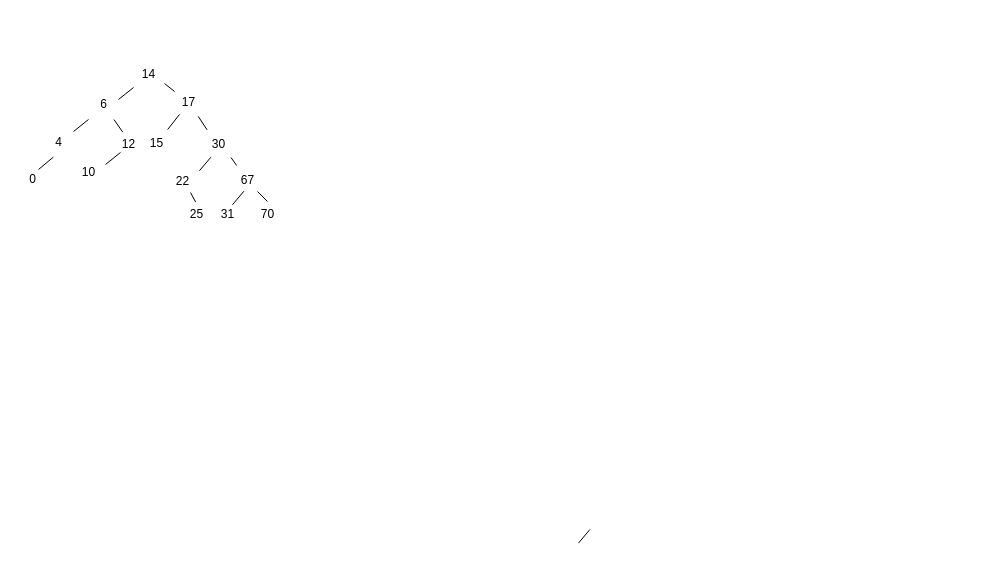
The draw.io diagram arvoresPython.drawio in Lucaszxx/Chic-ria-Chique-Store, before the edit. Source tidied: cells renumbered, new cells numbered last; positions are measured from the earlier drawing's top-left corner, leaving out a move shared by most shapes. Both pictures are drawn from the tidied source at 100%, with x=0, y=0 at pixel (17, 59).
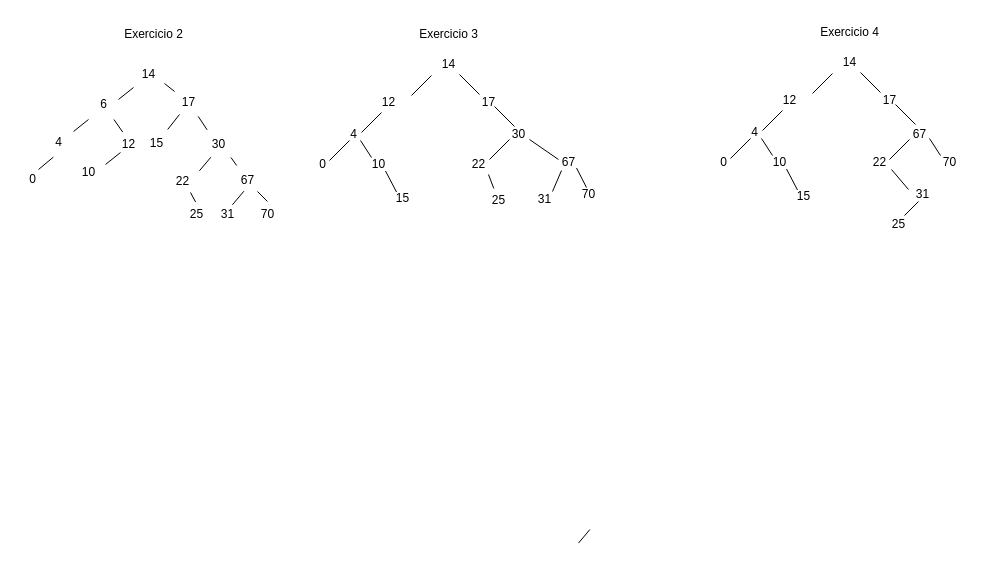
The same page after the edit.

What changed in the source:
```diff
@@
+    <mxCell id="30" value="Exercicio 2" style="text;html=1;align=center;verticalAlign=middle;strokeColor=none;fillColor=none;" parent="1" vertex="1">
+      <mxGeometry x="96" y="-40" width="80" height="30" as="geometry" />
+    </mxCell>
+    <mxCell id="31" value="Exercicio 3" style="text;html=1;align=center;verticalAlign=middle;strokeColor=none;fillColor=none;" parent="1" vertex="1">
+      <mxGeometry x="391" y="-40" width="80" height="30" as="geometry" />
+    </mxCell>
+    <mxCell id="32" value="14" style="text;html=1;align=center;verticalAlign=middle;strokeColor=none;fillColor=none;" parent="1" vertex="1">
+      <mxGeometry x="411" y="-10" width="40" height="30" as="geometry" />
+    </mxCell>
+    <mxCell id="33" value="12" style="text;html=1;align=center;verticalAlign=middle;strokeColor=none;fillColor=none;" parent="1" vertex="1">
+      <mxGeometry x="351" y="28" width="40" height="30" as="geometry" />
+    </mxCell>
+    <mxCell id="34" value="17" style="text;html=1;align=center;verticalAlign=middle;strokeColor=none;fillColor=none;" parent="1" vertex="1">
+      <mxGeometry x="451" y="28" width="40" height="30" as="geometry" />
+    </mxCell>
+    <mxCell id="35" value="30" style="text;html=1;align=center;verticalAlign=middle;strokeColor=none;fillColor=none;" parent="1" vertex="1">
+      <mxGeometry x="481" y="60" width="40" height="30" as="geometry" />
+    </mxCell>
+    <mxCell id="36" value="67" style="text;html=1;align=center;verticalAlign=middle;strokeColor=none;fillColor=none;" parent="1" vertex="1">
+      <mxGeometry x="531" y="88" width="40" height="30" as="geometry" />
+    </mxCell>
+    <mxCell id="37" value="4" style="text;html=1;align=center;verticalAlign=middle;strokeColor=none;fillColor=none;" parent="1" vertex="1">
+      <mxGeometry x="321" y="60" width="30" height="30" as="geometry" />
+    </mxCell>
+    <mxCell id="38" value="22" style="text;html=1;align=center;verticalAlign=middle;strokeColor=none;fillColor=none;" parent="1" vertex="1">
+      <mxGeometry x="441" y="90" width="40" height="30" as="geometry" />
+    </mxCell>
+    <mxCell id="39" value="31" style="text;html=1;align=center;verticalAlign=middle;strokeColor=none;fillColor=none;" parent="1" vertex="1">
+      <mxGeometry x="507" y="125" width="40" height="30" as="geometry" />
+    </mxCell>
+    <mxCell id="40" value="70" style="text;html=1;align=center;verticalAlign=middle;strokeColor=none;fillColor=none;" parent="1" vertex="1">
+      <mxGeometry x="551" y="120" width="40" height="30" as="geometry" />
+    </mxCell>
+    <mxCell id="41" value="25" style="text;html=1;align=center;verticalAlign=middle;strokeColor=none;fillColor=none;" parent="1" vertex="1">
+      <mxGeometry x="461" y="126" width="40" height="30" as="geometry" />
+    </mxCell>
+    <mxCell id="42" value="10" style="text;html=1;align=center;verticalAlign=middle;strokeColor=none;fillColor=none;" parent="1" vertex="1">
+      <mxGeometry x="341" y="90" width="40" height="30" as="geometry" />
+    </mxCell>
+    <mxCell id="43" value="15" style="text;html=1;align=center;verticalAlign=middle;strokeColor=none;fillColor=none;" parent="1" vertex="1">
+      <mxGeometry x="365" y="124" width="40" height="30" as="geometry" />
+    </mxCell>
+    <mxCell id="44" value="0" style="text;html=1;align=center;verticalAlign=middle;strokeColor=none;fillColor=none;" parent="1" vertex="1">
+      <mxGeometry x="290" y="90" width="30" height="30" as="geometry" />
+    </mxCell>
+    <mxCell id="45" style="endArrow=none;html=1;rounded=0;" parent="1" edge="1">
+      <mxGeometry relative="1" as="geometry">
+        <mxPoint x="394" y="36" as="sourcePoint" />
+        <mxPoint x="414" y="16" as="targetPoint" />
+      </mxGeometry>
+    </mxCell>
+    <mxCell id="46" style="endArrow=none;html=1;rounded=0;" parent="1" edge="1">
+      <mxGeometry relative="1" as="geometry">
+        <mxPoint x="344" y="73" as="sourcePoint" />
+        <mxPoint x="364" y="53" as="targetPoint" />
+      </mxGeometry>
+    </mxCell>
+    <mxCell id="47" style="endArrow=none;html=1;rounded=0;" parent="1" edge="1">
+      <mxGeometry relative="1" as="geometry">
+        <mxPoint x="312" y="101" as="sourcePoint" />
+        <mxPoint x="332" y="81" as="targetPoint" />
+      </mxGeometry>
+    </mxCell>
+    <mxCell id="48" style="endArrow=none;html=1;rounded=0;" parent="1" edge="1">
+      <mxGeometry relative="1" as="geometry">
+        <mxPoint x="472" y="100" as="sourcePoint" />
+        <mxPoint x="492" y="80" as="targetPoint" />
+      </mxGeometry>
+    </mxCell>
+    <mxCell id="49" style="endArrow=none;html=1;rounded=0;" parent="1" edge="1">
+      <mxGeometry relative="1" as="geometry">
+        <mxPoint x="535" y="132" as="sourcePoint" />
+        <mxPoint x="544" y="111" as="targetPoint" />
+      </mxGeometry>
+    </mxCell>
+    <mxCell id="50" style="endArrow=none;html=1;rounded=0;" parent="1" edge="1">
+      <mxGeometry relative="1" as="geometry">
+        <mxPoint x="462" y="35" as="sourcePoint" />
+        <mxPoint x="442" y="15" as="targetPoint" />
+      </mxGeometry>
+    </mxCell>
+    <mxCell id="51" style="endArrow=none;html=1;rounded=0;" parent="1" edge="1">
+      <mxGeometry relative="1" as="geometry">
+        <mxPoint x="497" y="67" as="sourcePoint" />
+        <mxPoint x="477" y="47" as="targetPoint" />
+      </mxGeometry>
+    </mxCell>
+    <mxCell id="52" style="endArrow=none;html=1;rounded=0;" parent="1" edge="1">
+      <mxGeometry relative="1" as="geometry">
+        <mxPoint x="541" y="100" as="sourcePoint" />
+        <mxPoint x="512" y="80" as="targetPoint" />
+      </mxGeometry>
+    </mxCell>
+    <mxCell id="53" style="endArrow=none;html=1;rounded=0;" parent="1" edge="1">
+      <mxGeometry relative="1" as="geometry">
+        <mxPoint x="476.3" y="129" as="sourcePoint" />
+        <mxPoint x="471" y="115" as="targetPoint" />
+      </mxGeometry>
+    </mxCell>
+    <mxCell id="54" style="endArrow=none;html=1;rounded=0;" parent="1" edge="1">
+      <mxGeometry relative="1" as="geometry">
+        <mxPoint x="354" y="98" as="sourcePoint" />
+        <mxPoint x="343" y="81" as="targetPoint" />
+      </mxGeometry>
+    </mxCell>
+    <mxCell id="55" style="endArrow=none;html=1;rounded=0;" parent="1" edge="1">
+      <mxGeometry relative="1" as="geometry">
+        <mxPoint x="379" y="132.5" as="sourcePoint" />
+        <mxPoint x="368" y="111.5" as="targetPoint" />
+      </mxGeometry>
+    </mxCell>
+    <mxCell id="56" style="endArrow=none;html=1;rounded=0;" parent="1" edge="1">
+      <mxGeometry relative="1" as="geometry">
+        <mxPoint x="569" y="128" as="sourcePoint" />
+        <mxPoint x="559" y="108.5" as="targetPoint" />
+      </mxGeometry>
+    </mxCell>
+    <mxCell id="57" value="Exercicio 4" style="text;html=1;align=center;verticalAlign=middle;strokeColor=none;fillColor=none;" parent="1" vertex="1">
+      <mxGeometry x="792" y="-42" width="80" height="30" as="geometry" />
+    </mxCell>
+    <mxCell id="58" value="14" style="text;html=1;align=center;verticalAlign=middle;strokeColor=none;fillColor=none;" parent="1" vertex="1">
+      <mxGeometry x="812" y="-12" width="40" height="30" as="geometry" />
+    </mxCell>
+    <mxCell id="59" value="12" style="text;html=1;align=center;verticalAlign=middle;strokeColor=none;fillColor=none;" parent="1" vertex="1">
+      <mxGeometry x="752" y="26" width="40" height="30" as="geometry" />
+    </mxCell>
+    <mxCell id="60" value="17" style="text;html=1;align=center;verticalAlign=middle;strokeColor=none;fillColor=none;" parent="1" vertex="1">
+      <mxGeometry x="852" y="26" width="40" height="30" as="geometry" />
+    </mxCell>
+    <mxCell id="61" value="4" style="text;html=1;align=center;verticalAlign=middle;strokeColor=none;fillColor=none;" parent="1" vertex="1">
+      <mxGeometry x="722" y="58" width="30" height="30" as="geometry" />
+    </mxCell>
+    <mxCell id="62" value="10" style="text;html=1;align=center;verticalAlign=middle;strokeColor=none;fillColor=none;" parent="1" vertex="1">
+      <mxGeometry x="742" y="88" width="40" height="30" as="geometry" />
+    </mxCell>
+    <mxCell id="63" value="15" style="text;html=1;align=center;verticalAlign=middle;strokeColor=none;fillColor=none;" parent="1" vertex="1">
+      <mxGeometry x="766" y="122" width="40" height="30" as="geometry" />
+    </mxCell>
+    <mxCell id="64" value="0" style="text;html=1;align=center;verticalAlign=middle;strokeColor=none;fillColor=none;" parent="1" vertex="1">
+      <mxGeometry x="691" y="88" width="30" height="30" as="geometry" />
+    </mxCell>
+    <mxCell id="65" style="endArrow=none;html=1;rounded=0;" parent="1" edge="1">
+      <mxGeometry relative="1" as="geometry">
+        <mxPoint x="795" y="34" as="sourcePoint" />
+        <mxPoint x="815" y="14" as="targetPoint" />
+      </mxGeometry>
+    </mxCell>
+    <mxCell id="66" style="endArrow=none;html=1;rounded=0;" parent="1" edge="1">
+      <mxGeometry relative="1" as="geometry">
+        <mxPoint x="745" y="71" as="sourcePoint" />
+        <mxPoint x="765" y="51" as="targetPoint" />
+      </mxGeometry>
+    </mxCell>
+    <mxCell id="67" style="endArrow=none;html=1;rounded=0;" parent="1" edge="1">
+      <mxGeometry relative="1" as="geometry">
+        <mxPoint x="713" y="99" as="sourcePoint" />
+        <mxPoint x="733" y="79" as="targetPoint" />
+      </mxGeometry>
+    </mxCell>
+    <mxCell id="68" style="endArrow=none;html=1;rounded=0;" parent="1" edge="1">
+      <mxGeometry relative="1" as="geometry">
+        <mxPoint x="863" y="33" as="sourcePoint" />
+        <mxPoint x="843" y="13" as="targetPoint" />
+      </mxGeometry>
+    </mxCell>
+    <mxCell id="69" style="endArrow=none;html=1;rounded=0;" parent="1" edge="1">
+      <mxGeometry relative="1" as="geometry">
+        <mxPoint x="898" y="65" as="sourcePoint" />
+        <mxPoint x="878" y="45" as="targetPoint" />
+      </mxGeometry>
+    </mxCell>
+    <mxCell id="70" style="endArrow=none;html=1;rounded=0;" parent="1" edge="1">
+      <mxGeometry relative="1" as="geometry">
+        <mxPoint x="755" y="96" as="sourcePoint" />
+        <mxPoint x="744" y="79" as="targetPoint" />
+      </mxGeometry>
+    </mxCell>
+    <mxCell id="71" style="endArrow=none;html=1;rounded=0;" parent="1" edge="1">
+      <mxGeometry relative="1" as="geometry">
+        <mxPoint x="780" y="130.5" as="sourcePoint" />
+        <mxPoint x="769" y="109.5" as="targetPoint" />
+      </mxGeometry>
+    </mxCell>
+    <mxCell id="72" value="67" style="text;html=1;align=center;verticalAlign=middle;strokeColor=none;fillColor=none;" parent="1" vertex="1">
+      <mxGeometry x="882" y="60" width="40" height="30" as="geometry" />
+    </mxCell>
+    <mxCell id="73" value="22" style="text;html=1;align=center;verticalAlign=middle;strokeColor=none;fillColor=none;" parent="1" vertex="1">
+      <mxGeometry x="842" y="88" width="40" height="30" as="geometry" />
+    </mxCell>
+    <mxCell id="74" value="31" style="text;html=1;align=center;verticalAlign=middle;strokeColor=none;fillColor=none;" parent="1" vertex="1">
+      <mxGeometry x="885" y="120" width="40" height="30" as="geometry" />
+    </mxCell>
+    <mxCell id="75" value="70" style="text;html=1;align=center;verticalAlign=middle;strokeColor=none;fillColor=none;" parent="1" vertex="1">
+      <mxGeometry x="912" y="88" width="40" height="30" as="geometry" />
+    </mxCell>
+    <mxCell id="76" value="25" style="text;html=1;align=center;verticalAlign=middle;strokeColor=none;fillColor=none;" parent="1" vertex="1">
+      <mxGeometry x="861" y="150" width="40" height="30" as="geometry" />
+    </mxCell>
+    <mxCell id="77" style="endArrow=none;html=1;rounded=0;" parent="1" edge="1">
+      <mxGeometry relative="1" as="geometry">
+        <mxPoint x="872" y="100" as="sourcePoint" />
+        <mxPoint x="892" y="80" as="targetPoint" />
+      </mxGeometry>
+    </mxCell>
+    <mxCell id="78" style="endArrow=none;html=1;rounded=0;" parent="1" edge="1">
+      <mxGeometry relative="1" as="geometry">
+        <mxPoint x="887" y="156" as="sourcePoint" />
+        <mxPoint x="901" y="142" as="targetPoint" />
+      </mxGeometry>
+    </mxCell>
+    <mxCell id="79" style="endArrow=none;html=1;rounded=0;" parent="1" edge="1">
+      <mxGeometry relative="1" as="geometry">
+        <mxPoint x="891" y="130" as="sourcePoint" />
+        <mxPoint x="874" y="110" as="targetPoint" />
+      </mxGeometry>
+    </mxCell>
+    <mxCell id="80" style="endArrow=none;html=1;rounded=0;" parent="1" edge="1">
+      <mxGeometry relative="1" as="geometry">
+        <mxPoint x="923" y="96" as="sourcePoint" />
+        <mxPoint x="912" y="79" as="targetPoint" />
+      </mxGeometry>
+    </mxCell>
```
